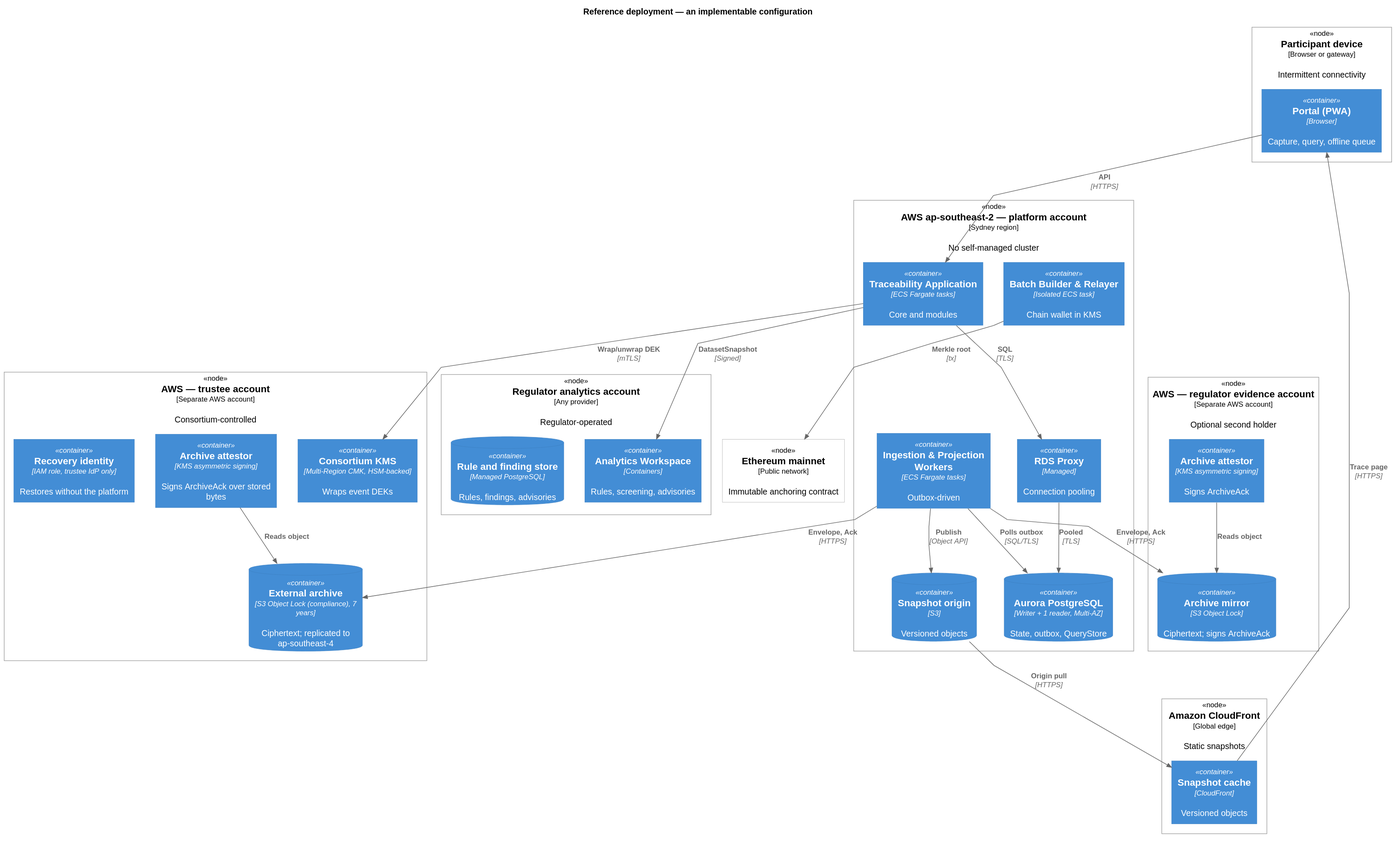
The PlantUML diagram docs/public/diagrams/c4-reference-deployment.svg in kuangshen04/48433assignment, before a commit.
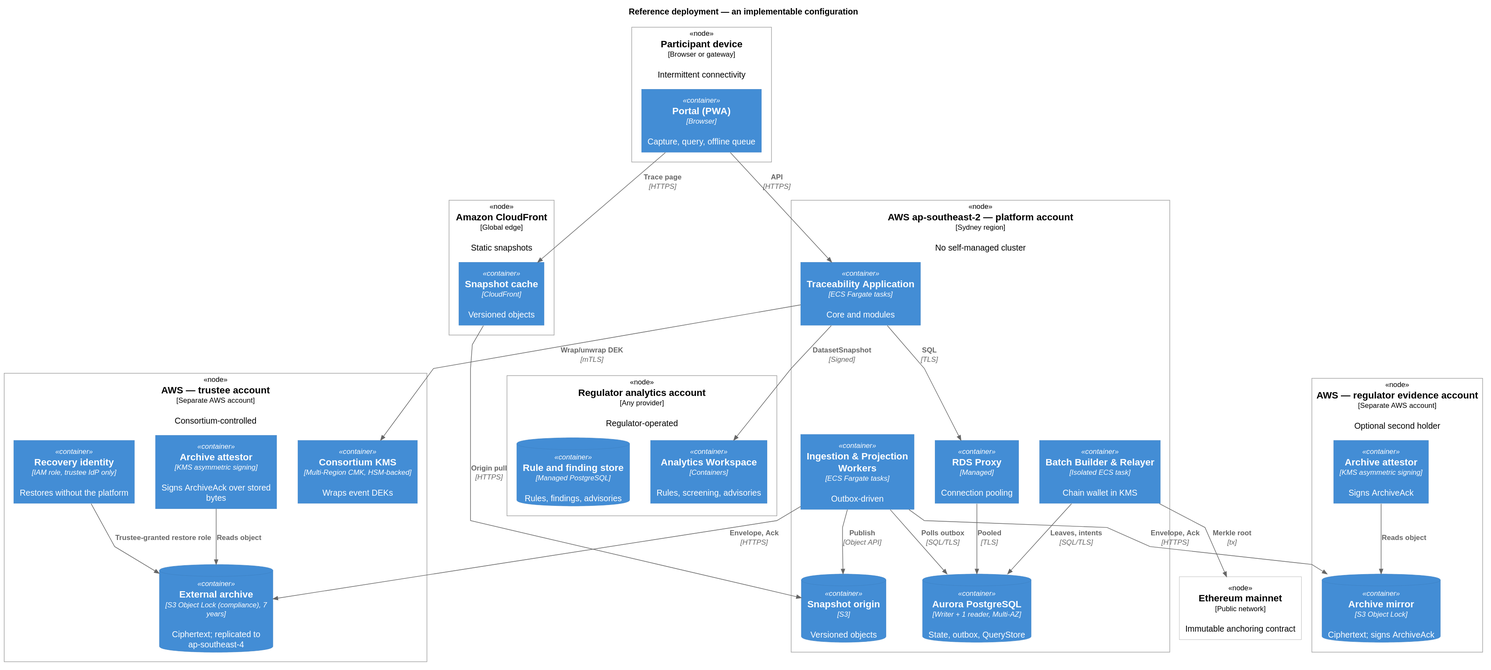
Above is the later version.

The edit, as a diff of the source:
```diff
@@ -50,8 +50,10 @@
 Rel(attestor, archive, "Reads object")
 Rel(regattestor, regmirror, "Reads object")
 Rel(workers, s3, "Publish", "Object API")
-Rel(s3, cdn, "Origin pull", "HTTPS")
-Rel(cdn, pwa, "Trace page", "HTTPS")
+Rel(cdn, s3, "Origin pull", "HTTPS")
+Rel(pwa, cdn, "Trace page", "HTTPS")
+Rel(relayer, db, "Leaves, intents", "SQL/TLS")
 Rel(relayer, chainNet, "Merkle root", "tx")
 Rel(app, workspace, "DatasetSnapshot", "Signed")
+Rel(recovery, archive, "Trustee-granted restore role")
 @enduml
```
